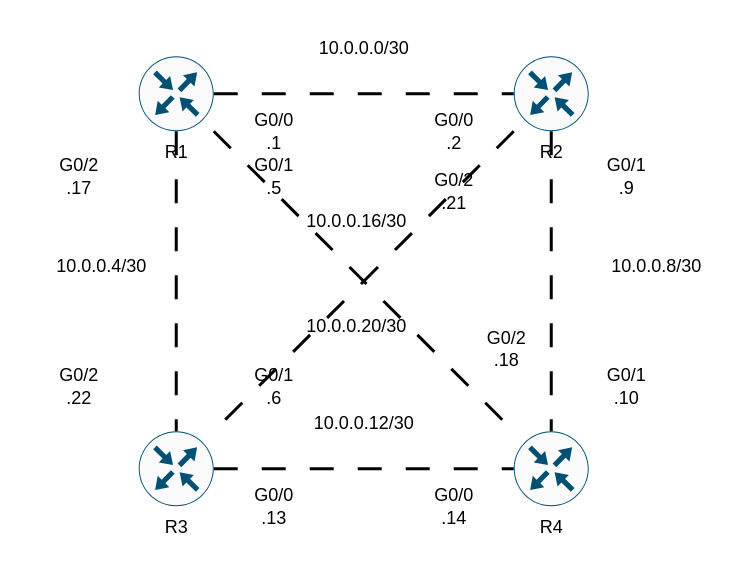
The draw.io diagram draw.io/IPS-MPLS-Lab-Diagram.drawio in roxron/networking-labs, before the edit. Source tidied: cells renumbered, new cells numbered last; positions are measured from the earlier drawing's top-left corner, leaving out a move shared by most shapes. Both pictures are drawn from the tidied source at 150%, with x=0, y=0 at pixel (26, 26).
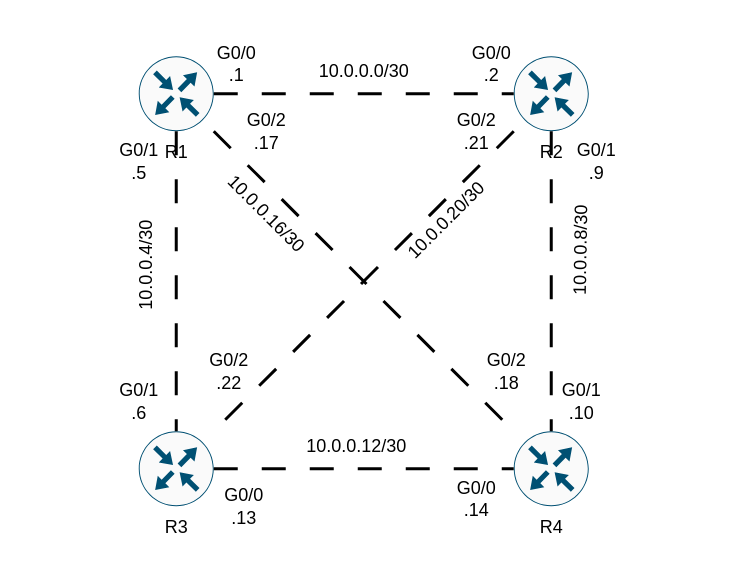
The same page after the edit.

What changed in the source:
```diff
@@
     <mxCell id="5" value="10.0.0.0/30" style="text;html=1;align=center;verticalAlign=middle;strokeColor=none;fillColor=none;" parent="1" vertex="1">
-      <mxGeometry x="175" width="100" height="30" as="geometry" />
+      <mxGeometry x="175" y="15" width="100" height="30" as="geometry" />
     </mxCell>
     <mxCell id="6" value="G0/0&lt;br&gt;.1" style="text;html=1;align=center;verticalAlign=middle;strokeColor=none;fillColor=none;" parent="1" vertex="1">
-      <mxGeometry x="130" y="50" width="70" height="40" as="geometry" />
+      <mxGeometry x="105" y="5" width="70" height="40" as="geometry" />
     </mxCell>
     <mxCell id="7" value="G0/0&lt;br&gt;.2" style="text;html=1;align=center;verticalAlign=middle;strokeColor=none;fillColor=none;" parent="1" vertex="1">
-      <mxGeometry x="250" y="50" width="70" height="40" as="geometry" />
+      <mxGeometry x="275" y="5" width="70" height="40" as="geometry" />
     </mxCell>
@@
-    <mxCell id="13" value="10.0.0.4/30" style="text;html=1;align=center;verticalAlign=middle;strokeColor=none;fillColor=none;" parent="1" vertex="1">
-      <mxGeometry y="145" width="100" height="30" as="geometry" />
+    <mxCell id="13" value="10.0.0.4/30" style="text;html=1;align=center;verticalAlign=middle;strokeColor=none;fillColor=none;rotation=-90;" parent="1" vertex="1">
+      <mxGeometry x="30" y="145" width="100" height="30" as="geometry" />
     </mxCell>
     <mxCell id="14" value="G0/1&lt;br&gt;.5" style="text;html=1;align=center;verticalAlign=middle;strokeColor=none;fillColor=none;" parent="1" vertex="1">
-      <mxGeometry x="130" y="80" width="70" height="40" as="geometry" />
+      <mxGeometry x="40" y="70" width="70" height="40" as="geometry" />
     </mxCell>
     <mxCell id="15" value="G0/1&lt;br&gt;.6" style="text;html=1;align=center;verticalAlign=middle;strokeColor=none;fillColor=none;" parent="1" vertex="1">
-      <mxGeometry x="130" y="220" width="70" height="40" as="geometry" />
+      <mxGeometry x="40" y="230" width="70" height="40" as="geometry" />
     </mxCell>
-    <mxCell id="16" value="10.0.0.8/30" style="text;html=1;align=center;verticalAlign=middle;strokeColor=none;fillColor=none;" parent="1" vertex="1">
-      <mxGeometry x="370" y="145" width="100" height="30" as="geometry" />
+    <mxCell id="16" value="10.0.0.8/30" style="text;html=1;align=center;verticalAlign=middle;strokeColor=none;fillColor=none;rotation=-89;" parent="1" vertex="1">
+      <mxGeometry x="320" y="135" width="100" height="30" as="geometry" />
     </mxCell>
     <mxCell id="17" value="G0/1&lt;br&gt;.9" style="text;html=1;align=center;verticalAlign=middle;strokeColor=none;fillColor=none;" parent="1" vertex="1">
-      <mxGeometry x="365" y="80" width="70" height="40" as="geometry" />
+      <mxGeometry x="345" y="70" width="70" height="40" as="geometry" />
     </mxCell>
     <mxCell id="18" value="G0/1&lt;br&gt;.10" style="text;html=1;align=center;verticalAlign=middle;strokeColor=none;fillColor=none;" parent="1" vertex="1">
-      <mxGeometry x="365" y="220" width="70" height="40" as="geometry" />
+      <mxGeometry x="335" y="230" width="70" height="40" as="geometry" />
     </mxCell>
     <mxCell id="19" value="10.0.0.12/30" style="text;html=1;align=center;verticalAlign=middle;strokeColor=none;fillColor=none;" parent="1" vertex="1">
-      <mxGeometry x="170" y="250" width="110" height="30" as="geometry" />
+      <mxGeometry x="165" y="265" width="110" height="30" as="geometry" />
     </mxCell>
     <mxCell id="20" value="G0/0&lt;br&gt;.13" style="text;html=1;align=center;verticalAlign=middle;strokeColor=none;fillColor=none;" parent="1" vertex="1">
-      <mxGeometry x="130" y="300" width="70" height="40" as="geometry" />
+      <mxGeometry x="110" y="300" width="70" height="40" as="geometry" />
     </mxCell>
     <mxCell id="21" value="G0/0&lt;br&gt;.14" style="text;html=1;align=center;verticalAlign=middle;strokeColor=none;fillColor=none;" parent="1" vertex="1">
-      <mxGeometry x="250" y="300" width="70" height="40" as="geometry" />
+      <mxGeometry x="265" y="295" width="70" height="40" as="geometry" />
     </mxCell>
@@
-    <mxCell id="24" value="10.0.0.16/30" style="text;html=1;align=center;verticalAlign=middle;strokeColor=none;fillColor=none;" parent="1" vertex="1">
-      <mxGeometry x="165" y="115" width="110" height="30" as="geometry" />
+    <mxCell id="24" value="10.0.0.16/30" style="text;html=1;align=center;verticalAlign=middle;strokeColor=none;fillColor=none;rotation=45;" parent="1" vertex="1">
+      <mxGeometry x="105" y="110" width="110" height="30" as="geometry" />
     </mxCell>
     <mxCell id="25" value="G0/2&lt;br&gt;.17" style="text;html=1;align=center;verticalAlign=middle;strokeColor=none;fillColor=none;" parent="1" vertex="1">
-      <mxGeometry y="80" width="70" height="40" as="geometry" />
+      <mxGeometry x="125" y="50" width="70" height="40" as="geometry" />
     </mxCell>
     <mxCell id="26" value="G0/2&lt;br&gt;.18" style="text;html=1;align=center;verticalAlign=middle;strokeColor=none;fillColor=none;" parent="1" vertex="1">
-      <mxGeometry x="285" y="195" width="70" height="40" as="geometry" />
+      <mxGeometry x="285" y="210" width="70" height="40" as="geometry" />
     </mxCell>
-    <mxCell id="27" value="10.0.0.20/30" style="text;html=1;align=center;verticalAlign=middle;strokeColor=none;fillColor=none;" parent="1" vertex="1">
-      <mxGeometry x="165" y="185" width="110" height="30" as="geometry" />
+    <mxCell id="27" value="10.0.0.20/30" style="text;html=1;align=center;verticalAlign=middle;strokeColor=none;fillColor=none;rotation=-45;" parent="1" vertex="1">
+      <mxGeometry x="225" y="115" width="110" height="30" as="geometry" />
     </mxCell>
     <mxCell id="28" value="G0/2&lt;br&gt;.21" style="text;html=1;align=center;verticalAlign=middle;strokeColor=none;fillColor=none;" parent="1" vertex="1">
-      <mxGeometry x="250" y="90" width="70" height="40" as="geometry" />
+      <mxGeometry x="265" y="50" width="70" height="40" as="geometry" />
     </mxCell>
     <mxCell id="29" value="G0/2&lt;br&gt;.22" style="text;html=1;align=center;verticalAlign=middle;strokeColor=none;fillColor=none;" parent="1" vertex="1">
-      <mxGeometry y="220" width="70" height="40" as="geometry" />
+      <mxGeometry x="100" y="210" width="70" height="40" as="geometry" />
     </mxCell>
```
